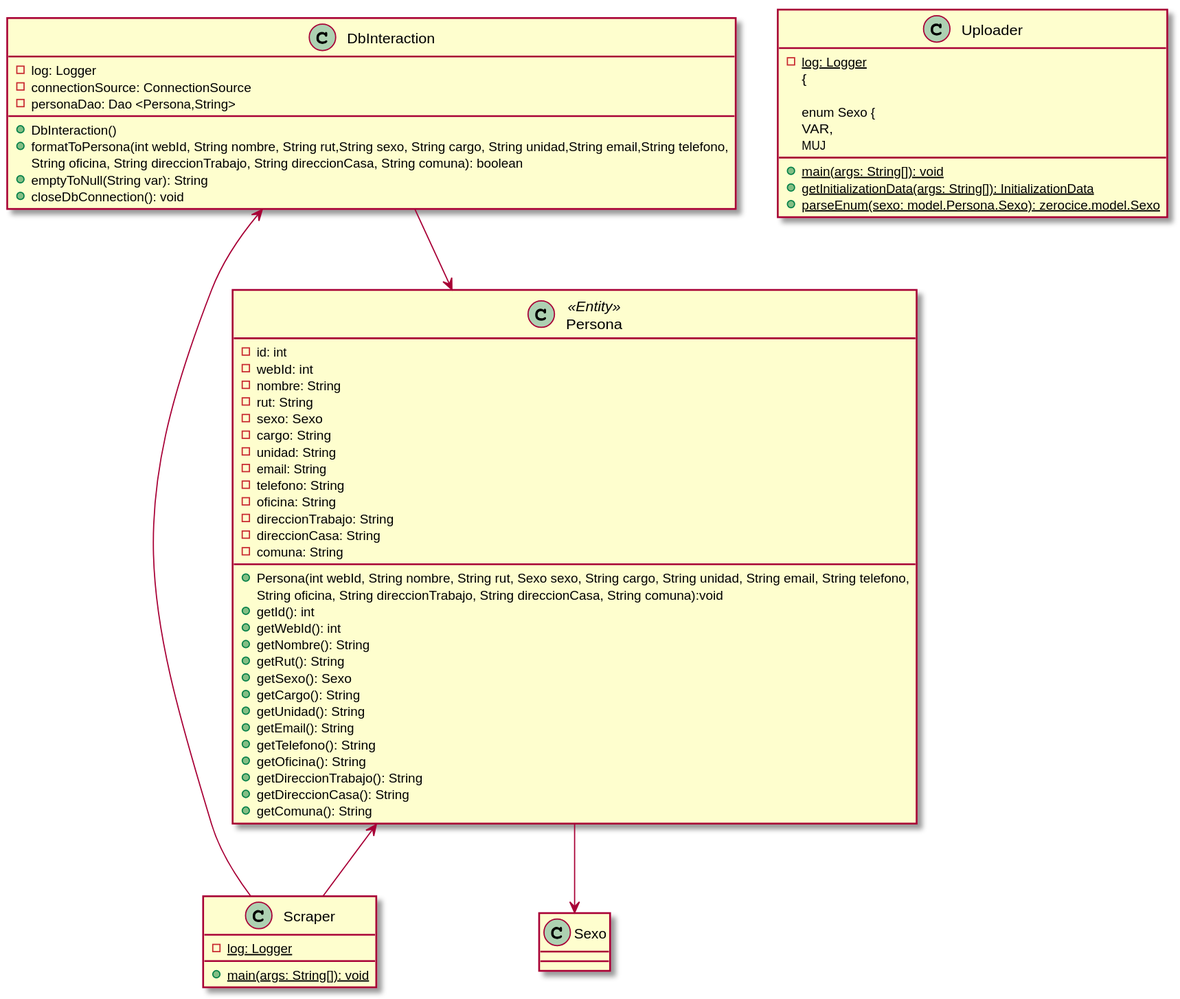
This is Scraper/class.svg from HyperCC/ParkingUCN, a PlantUML export, as it was before one commit. The source it was exported from:
```plantuml
@startuml

class Scraper {
    {static} - log: Logger
    {static} + main(args: String[]): void
}

class Persona <<Entity>> {
    - id: int
    - webId: int
    - nombre: String
    - rut: String
    - sexo: Sexo
    - cargo: String
    - unidad: String
    - email: String
    - telefono: String
    - oficina: String
    - direccionTrabajo: String
    - direccionCasa: String
    - comuna: String
    + Persona(int webId, String nombre, String rut, Sexo sexo, String cargo, String unidad, String email, String telefono,
      String oficina, String direccionTrabajo, String direccionCasa, String comuna):void
    + getId(): int
    + getWebId(): int
    + getNombre(): String
    + getRut(): String
    + getSexo(): Sexo
    + getCargo(): String
    + getUnidad(): String
    + getEmail(): String
    + getTelefono(): String
    + getOficina(): String
    + getDireccionTrabajo(): String
    + getDireccionCasa(): String
    + getComuna(): String
}


class DbInteraction {
    - log: Logger
    - connectionSource: ConnectionSource
    - personaDao: Dao <Persona,String>
    + DbInteraction()
    + formatToPersona(int webId, String nombre, String rut,String sexo, String cargo, String unidad,String email,String telefono,
      String oficina, String direccionTrabajo, String direccionCasa, String comuna): boolean
    + emptyToNull(String var): String
    + closeDbConnection(): void
}

class Uploader {
    {static} - log: Logger
    {static} + main(args: String[]): void
    {static} + getInitializationData(args: String[]): InitializationData
    {static} + parseEnum(sexo: model.Persona.Sexo): zerocice.model.Sexo
{

enum Sexo {
    VAR,
    MUJ
}

Persona --> Sexo
Persona <-- Scraper
DbInteraction <-- Scraper
DbInteraction --> Persona

@enduml
```
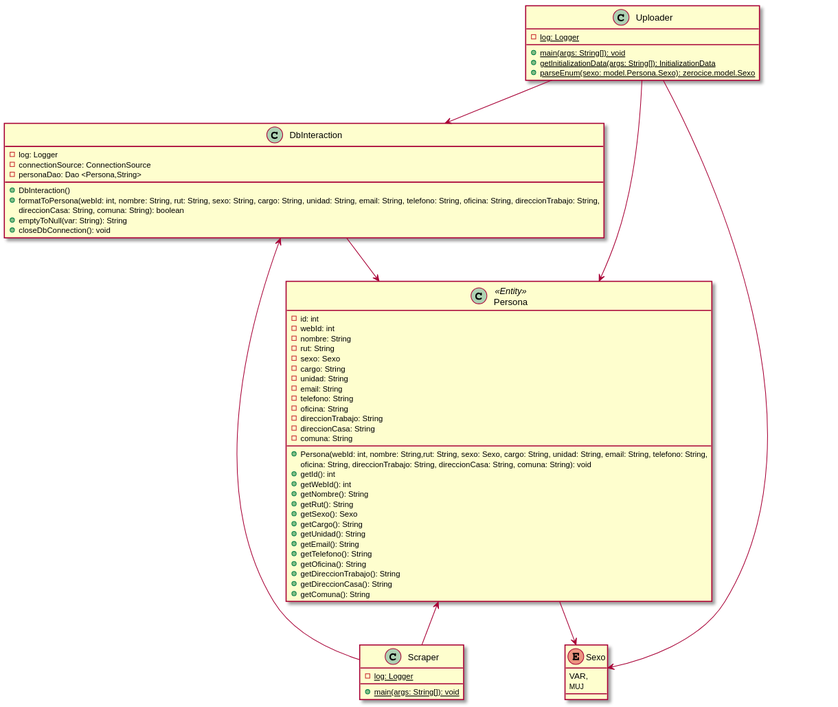
Above is the later version.

Commit message:
docs(Scraper/README): update class diagram

The edit, as a diff of the source:
```diff
@@ -5,7 +5,18 @@
     {static} + main(args: String[]): void
 }
 
-class Persona <<Entity>> {
+class DbInteraction{
+
+    - log: Logger
+    - connectionSource: ConnectionSource
+    - personaDao: Dao <Persona,String>
+    + DbInteraction()
+    + formatToPersona(webId: int, nombre: String, rut: String, sexo: String, cargo: String, unidad: String, email: String, telefono: String, oficina: String, direccionTrabajo: String,
+    direccionCasa: String, comuna: String): boolean
+    + emptyToNull(var: String): String
+    + closeDbConnection(): void
+}
+class Persona <<Entity>>{
     - id: int
     - webId: int
     - nombre: String
@@ -19,8 +30,8 @@
     - direccionTrabajo: String
     - direccionCasa: String
     - comuna: String
-    + Persona(int webId, String nombre, String rut, Sexo sexo, String cargo, String unidad, String email, String telefono,
-      String oficina, String direccionTrabajo, String direccionCasa, String comuna):void
+    + Persona(webId: int, nombre: String,rut: String, sexo: Sexo, cargo: String, unidad: String, email: String, telefono: String,
+    oficina: String, direccionTrabajo: String, direccionCasa: String, comuna: String): void
     + getId(): int
     + getWebId(): int
     + getNombre(): String
@@ -36,16 +47,9 @@
     + getComuna(): String
 }
 
-
-class DbInteraction {
-    - log: Logger
-    - connectionSource: ConnectionSource
-    - personaDao: Dao <Persona,String>
-    + DbInteraction()
-    + formatToPersona(int webId, String nombre, String rut,String sexo, String cargo, String unidad,String email,String telefono,
-      String oficina, String direccionTrabajo, String direccionCasa, String comuna): boolean
-    + emptyToNull(String var): String
-    + closeDbConnection(): void
+enum Sexo{
+    VAR,
+    MUJ
 }
 
 class Uploader {
@@ -53,11 +57,6 @@
     {static} + main(args: String[]): void
     {static} + getInitializationData(args: String[]): InitializationData
     {static} + parseEnum(sexo: model.Persona.Sexo): zerocice.model.Sexo
-{
-
-enum Sexo {
-    VAR,
-    MUJ
 }
 
 Persona --> Sexo
@@ -65,4 +64,8 @@
 DbInteraction <-- Scraper
 DbInteraction --> Persona
 
+Uploader --> DbInteraction
+Uploader --> Persona
+Uploader --> Sexo
+
 @enduml
```
